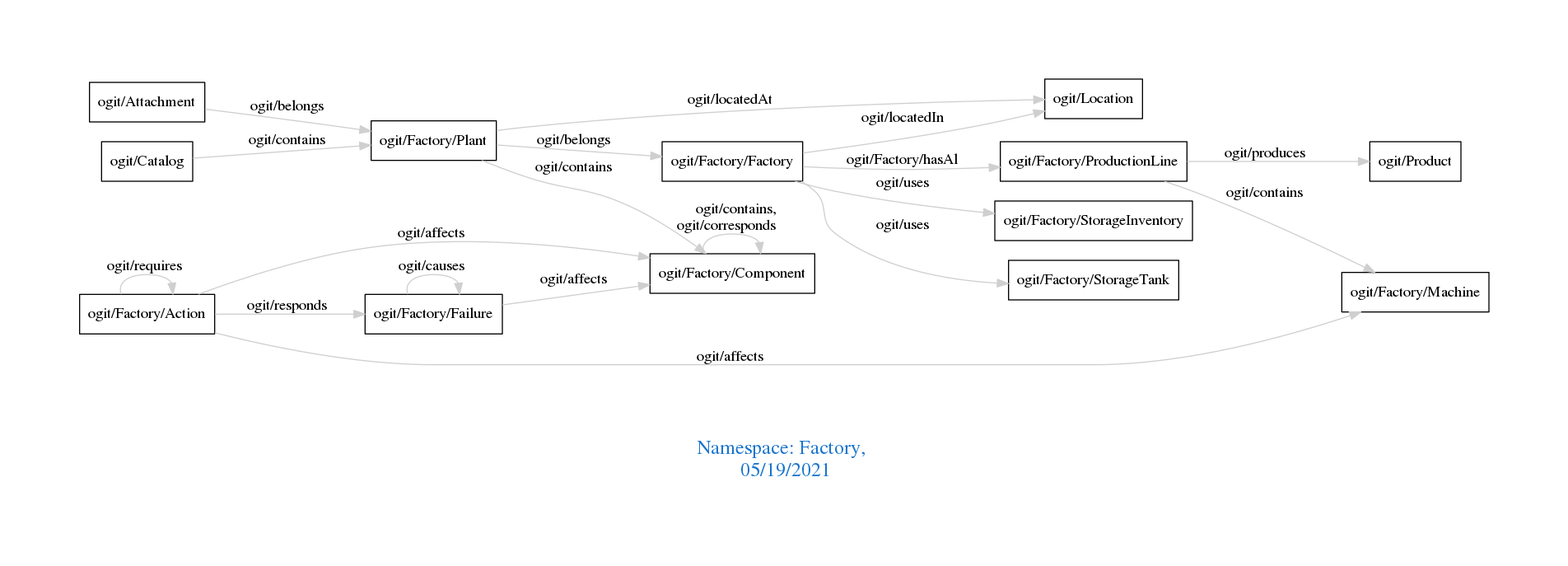
This is downloads/Factory.png from arago/OGIT, a Graphviz export, as it was before one commit. Its source is kept beside it as downloads/Factory.dot. Source of this version:
```dot
digraph OGIT_ontology {
 graph [ rankdir= LR,pad=1
fontsize = 18,
fontcolor= dodgerblue3,label = "\n\n\nNamespace: Factory, \n 05/19/2021"];
node[shape=polygon];
edge [  color="gray81"];

   "ogit/Factory/Plant" -> "ogit/Factory/Component" [label="   ogit/contains    "];
   "ogit/Factory/ProductionLine" -> "ogit/Factory/Machine" [label="   ogit/contains    "];
   "ogit/Catalog" -> "ogit/Factory/Plant" [label="   ogit/contains    "];
   "ogit/Factory/Factory" -> "ogit/Factory/ProductionLine" [label="   ogit/Factory/hasAl    "];
   "ogit/Factory/Plant" -> "ogit/Location" [label="   ogit/locatedAt    "];
   "ogit/Factory/Factory" -> "ogit/Location" [label="   ogit/locatedIn    "];
   "ogit/Factory/Action" -> "ogit/Factory/Component" [label="   ogit/affects    "];
   "ogit/Factory/Action" -> "ogit/Factory/Machine" [label="   ogit/affects    "];
   "ogit/Factory/Failure" -> "ogit/Factory/Component" [label="   ogit/affects    "];
   "ogit/Factory/Action" -> "ogit/Factory/Failure" [label="   ogit/responds    "];
   "ogit/Factory/ProductionLine" -> "ogit/Product" [label="   ogit/produces    "];
   "ogit/Factory/Plant" -> "ogit/Factory/Factory" [label="   ogit/belongs    "];
   "ogit/Attachment" -> "ogit/Factory/Plant" [label="   ogit/belongs    "];
   "ogit/Factory/Factory" -> "ogit/Factory/StorageInventory" [label="   ogit/uses    "];
   "ogit/Factory/Factory" -> "ogit/Factory/StorageTank" [label="   ogit/uses    "];
   "ogit/Factory/Action" -> "ogit/Factory/Action" [label="   ogit/requires    "];
   "ogit/Factory/Component" -> "ogit/Factory/Component" [label="   ogit/contains, \n ogit/corresponds    "];
   "ogit/Factory/Failure" -> "ogit/Factory/Failure" [label="   ogit/causes    "];
}
```
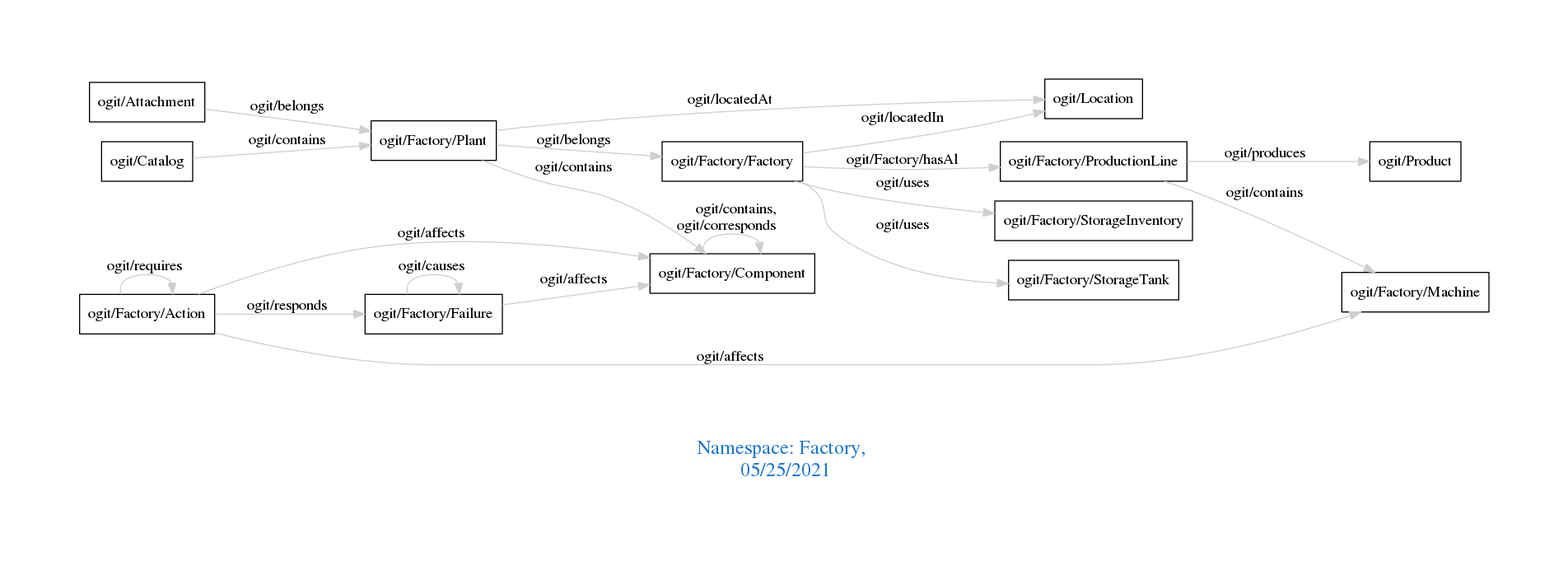
After the commit.

What changed in the source:
```diff
@@ -1,7 +1,7 @@
 digraph OGIT_ontology {
  graph [ rankdir= LR,pad=1
 fontsize = 18,
-fontcolor= dodgerblue3,label = "\n\n\nNamespace: Factory, \n 05/19/2021"];
+fontcolor= dodgerblue3,label = "\n\n\nNamespace: Factory, \n 05/25/2021"];
 node[shape=polygon];
 edge [  color="gray81"];
 
```
